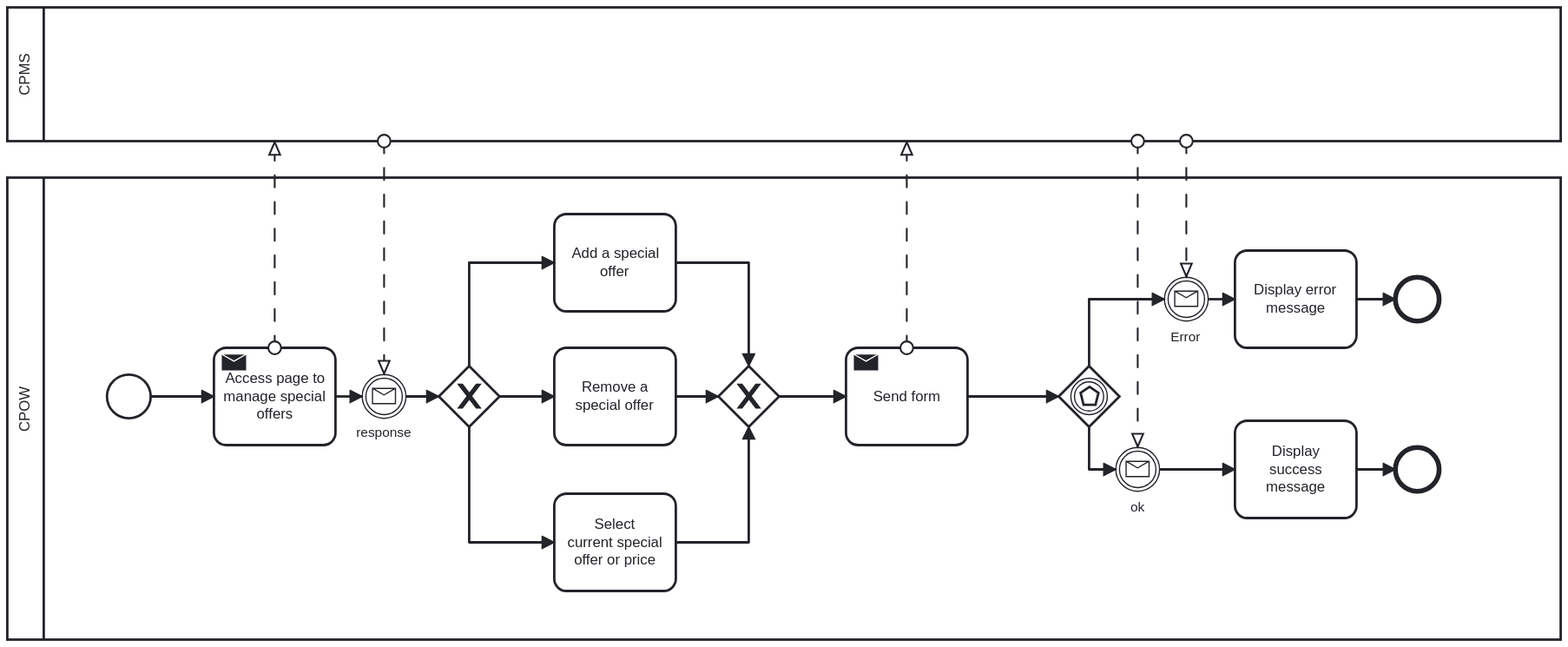
Above: RASD/assets/bpmn/CPOW_sel_offer.svg in MarcelloDeSalvo/DeSalvoDubiniGrossoni (BPMN), before the change. Its source is kept beside it as RASD/assets/bpmn/CPOW_sel_offer.bpmn. Ids are renumbered.
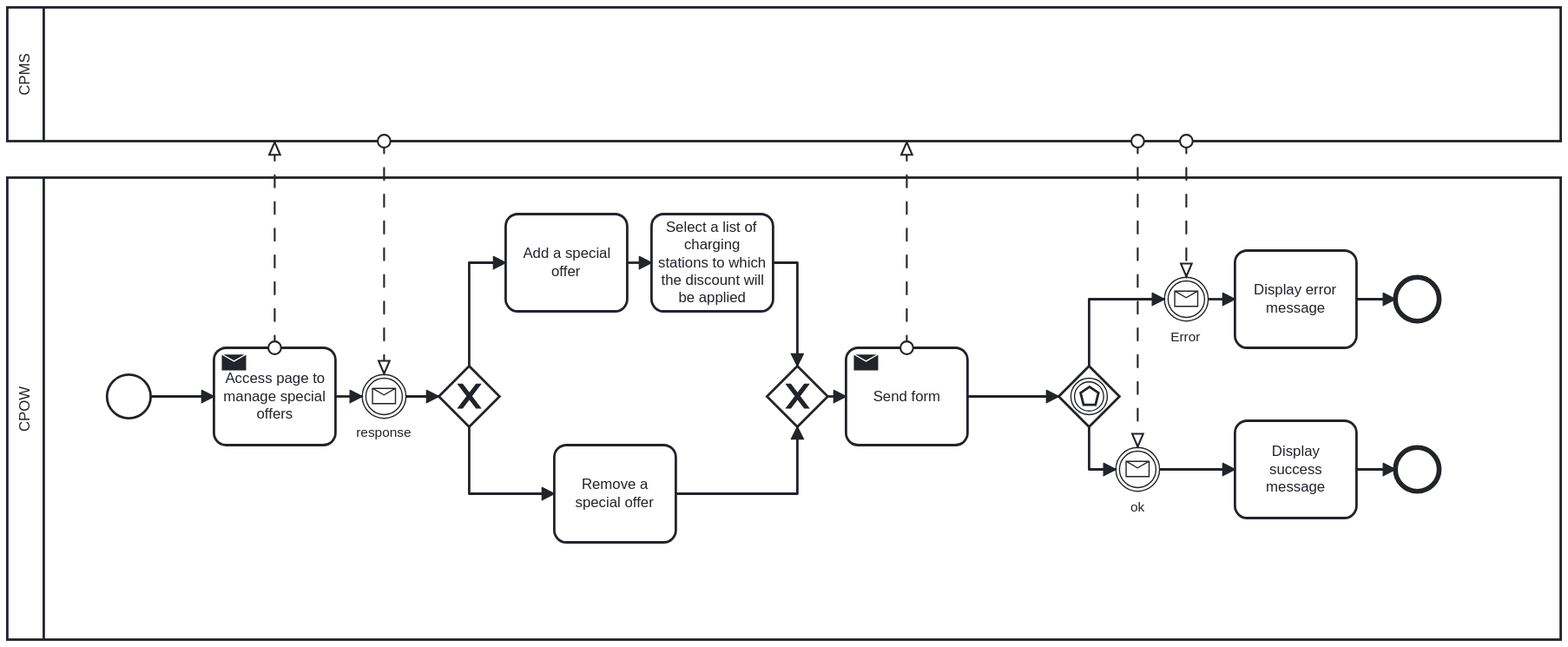
After the change.

What changed in the source:
```diff
@@ -1,4 +1,4 @@
-<bpmn:definitions xmlns:xsi="http://www.w3.org/2001/XMLSchema-instance" xmlns:bpmn="http://www.omg.org/spec/BPMN/20100524/MODEL" xmlns:bpmndi="http://www.omg.org/spec/BPMN/20100524/DI" xmlns:dc="http://www.omg.org/spec/DD/20100524/DC" xmlns:di="http://www.omg.org/spec/DD/20100524/DI" id="Definitions_n1" targetNamespace="http://bpmn.io/schema/bpmn" exporter="bpmn-js (https://demo.bpmn.io)" exporterVersion="11.0.5">
+<bpmn:definitions xmlns:xsi="http://www.w3.org/2001/XMLSchema-instance" xmlns:bpmn="http://www.omg.org/spec/BPMN/20100524/MODEL" xmlns:bpmndi="http://www.omg.org/spec/BPMN/20100524/DI" xmlns:dc="http://www.omg.org/spec/DD/20100524/DC" xmlns:di="http://www.omg.org/spec/DD/20100524/DI" id="Definitions_n1" targetNamespace="http://bpmn.io/schema/bpmn" exporter="bpmn-js (https://demo.bpmn.io)" exporterVersion="11.1.0">
   <bpmn:collaboration id="Collaboration_n2">
     <bpmn:participant id="Participant_n3" name="CPOW" processRef="Process_n4" />
     <bpmn:participant id="Participant_n5" name="CPMS" processRef="Process_n6" />
@@ -63,21 +63,10 @@
       <bpmn:incoming>Flow_n20</bpmn:incoming>
       <bpmn:outgoing>Flow_n37</bpmn:outgoing>
       <bpmn:outgoing>Flow_n38</bpmn:outgoing>
-      <bpmn:outgoing>Flow_n39</bpmn:outgoing>
     </bpmn:exclusiveGateway>
     <bpmn:sequenceFlow id="Flow_n20" sourceRef="Event_n10" targetRef="Gateway_n36" />
     <bpmn:sequenceFlow id="Flow_n37" sourceRef="Gateway_n36" targetRef="Activity_n40" />
     <bpmn:sequenceFlow id="Flow_n38" sourceRef="Gateway_n36" targetRef="Activity_n41" />
-    <bpmn:sequenceFlow id="Flow_n39" sourceRef="Gateway_n36" targetRef="Activity_n42" />
-    <bpmn:sequenceFlow id="Flow_n43" sourceRef="Activity_n40" targetRef="Gateway_n44" />
-    <bpmn:exclusiveGateway id="Gateway_n44">
-      <bpmn:incoming>Flow_n43</bpmn:incoming>
-      <bpmn:incoming>Flow_n45</bpmn:incoming>
-      <bpmn:incoming>Flow_n46</bpmn:incoming>
-      <bpmn:outgoing>Flow_n47</bpmn:outgoing>
-    </bpmn:exclusiveGateway>
-    <bpmn:sequenceFlow id="Flow_n45" sourceRef="Activity_n41" targetRef="Gateway_n44" />
-    <bpmn:sequenceFlow id="Flow_n46" sourceRef="Activity_n42" targetRef="Gateway_n44" />
     <bpmn:sequenceFlow id="Flow_n47" sourceRef="Gateway_n44" targetRef="Activity_n12" />
     <bpmn:sendTask id="Activity_n12" name="Send form">
       <bpmn:incoming>Flow_n47</bpmn:incoming>
@@ -85,15 +74,23 @@
     </bpmn:sendTask>
     <bpmn:task id="Activity_n40" name="Add a special offer">
       <bpmn:incoming>Flow_n37</bpmn:incoming>
-      <bpmn:outgoing>Flow_n43</bpmn:outgoing>
+      <bpmn:outgoing>Flow_n49</bpmn:outgoing>
     </bpmn:task>
     <bpmn:task id="Activity_n41" name="Remove a special offer">
       <bpmn:incoming>Flow_n38</bpmn:incoming>
-      <bpmn:outgoing>Flow_n45</bpmn:outgoing>
+      <bpmn:outgoing>Flow_n50</bpmn:outgoing>
     </bpmn:task>
-    <bpmn:task id="Activity_n42" name="Select&#10;current special offer or price">
-      <bpmn:incoming>Flow_n39</bpmn:incoming>
-      <bpmn:outgoing>Flow_n46</bpmn:outgoing>
+    <bpmn:sequenceFlow id="Flow_n50" sourceRef="Activity_n41" targetRef="Gateway_n44" />
+    <bpmn:sequenceFlow id="Flow_n49" sourceRef="Activity_n40" targetRef="Activity_n51" />
+    <bpmn:exclusiveGateway id="Gateway_n44">
+      <bpmn:incoming>Flow_n50</bpmn:incoming>
+      <bpmn:incoming>Flow_n52</bpmn:incoming>
+      <bpmn:outgoing>Flow_n47</bpmn:outgoing>
+    </bpmn:exclusiveGateway>
+    <bpmn:sequenceFlow id="Flow_n52" sourceRef="Activity_n51" targetRef="Gateway_n44" />
+    <bpmn:task id="Activity_n51" name="Select a list of charging stations to which the discount will be applied">
+      <bpmn:incoming>Flow_n49</bpmn:incoming>
+      <bpmn:outgoing>Flow_n52</bpmn:outgoing>
     </bpmn:task>
   </bpmn:process>
   <bpmn:process id="Process_n6" />
@@ -148,23 +145,23 @@
       <bpmndi:BPMNShape id="Gateway_n36_di" bpmnElement="Gateway_n36" isMarkerVisible="true">
         <dc:Bounds x="515" y="365" width="50" height="50" />
       </bpmndi:BPMNShape>
-      <bpmndi:BPMNShape id="Gateway_n44_di" bpmnElement="Gateway_n44" isMarkerVisible="true">
-        <dc:Bounds x="745" y="365" width="50" height="50" />
-      </bpmndi:BPMNShape>
       <bpmndi:BPMNShape id="Activity_1u9xean_di" bpmnElement="Activity_n12">
         <dc:Bounds x="850" y="350" width="100" height="80" />
         <bpmndi:BPMNLabel />
       </bpmndi:BPMNShape>
       <bpmndi:BPMNShape id="Activity_n40_di" bpmnElement="Activity_n40">
-        <dc:Bounds x="610" y="240" width="100" height="80" />
+        <dc:Bounds x="570" y="240" width="100" height="80" />
         <bpmndi:BPMNLabel />
       </bpmndi:BPMNShape>
       <bpmndi:BPMNShape id="Activity_n41_di" bpmnElement="Activity_n41">
-        <dc:Bounds x="610" y="350" width="100" height="80" />
+        <dc:Bounds x="610" y="430" width="100" height="80" />
         <bpmndi:BPMNLabel />
       </bpmndi:BPMNShape>
-      <bpmndi:BPMNShape id="Activity_n42_di" bpmnElement="Activity_n42">
-        <dc:Bounds x="610" y="470" width="100" height="80" />
+      <bpmndi:BPMNShape id="Gateway_n44_di" bpmnElement="Gateway_n44" isMarkerVisible="true">
+        <dc:Bounds x="785" y="365" width="50" height="50" />
+      </bpmndi:BPMNShape>
+      <bpmndi:BPMNShape id="Activity_n51_di" bpmnElement="Activity_n51">
+        <dc:Bounds x="690" y="240" width="100" height="80" />
         <bpmndi:BPMNLabel />
       </bpmndi:BPMNShape>
       <bpmndi:BPMNEdge id="Flow_n17_di" bpmnElement="Flow_n17">
@@ -212,34 +209,30 @@
       <bpmndi:BPMNEdge id="Flow_n37_di" bpmnElement="Flow_n37">
         <di:waypoint x="540" y="365" />
         <di:waypoint x="540" y="280" />
-        <di:waypoint x="610" y="280" />
+        <di:waypoint x="570" y="280" />
       </bpmndi:BPMNEdge>
       <bpmndi:BPMNEdge id="Flow_n38_di" bpmnElement="Flow_n38">
-        <di:waypoint x="565" y="390" />
-        <di:waypoint x="610" y="390" />
-      </bpmndi:BPMNEdge>
-      <bpmndi:BPMNEdge id="Flow_n39_di" bpmnElement="Flow_n39">
         <di:waypoint x="540" y="415" />
-        <di:waypoint x="540" y="510" />
-        <di:waypoint x="610" y="510" />
-      </bpmndi:BPMNEdge>
-      <bpmndi:BPMNEdge id="Flow_n43_di" bpmnElement="Flow_n43">
-        <di:waypoint x="710" y="280" />
-        <di:waypoint x="770" y="280" />
-        <di:waypoint x="770" y="365" />
-      </bpmndi:BPMNEdge>
-      <bpmndi:BPMNEdge id="Flow_n45_di" bpmnElement="Flow_n45">
-        <di:waypoint x="710" y="390" />
-        <di:waypoint x="745" y="390" />
-      </bpmndi:BPMNEdge>
-      <bpmndi:BPMNEdge id="Flow_n46_di" bpmnElement="Flow_n46">
-        <di:waypoint x="710" y="510" />
-        <di:waypoint x="770" y="510" />
-        <di:waypoint x="770" y="415" />
+        <di:waypoint x="540" y="470" />
+        <di:waypoint x="610" y="470" />
       </bpmndi:BPMNEdge>
       <bpmndi:BPMNEdge id="Flow_n47_di" bpmnElement="Flow_n47">
-        <di:waypoint x="795" y="390" />
+        <di:waypoint x="835" y="390" />
         <di:waypoint x="850" y="390" />
+      </bpmndi:BPMNEdge>
+      <bpmndi:BPMNEdge id="Flow_n50_di" bpmnElement="Flow_n50">
+        <di:waypoint x="710" y="470" />
+        <di:waypoint x="810" y="470" />
+        <di:waypoint x="810" y="415" />
+      </bpmndi:BPMNEdge>
+      <bpmndi:BPMNEdge id="Flow_n49_di" bpmnElement="Flow_n49">
+        <di:waypoint x="670" y="280" />
+        <di:waypoint x="690" y="280" />
+      </bpmndi:BPMNEdge>
+      <bpmndi:BPMNEdge id="Flow_n52_di" bpmnElement="Flow_n52">
+        <di:waypoint x="790" y="280" />
+        <di:waypoint x="810" y="280" />
+        <di:waypoint x="810" y="365" />
       </bpmndi:BPMNEdge>
       <bpmndi:BPMNShape id="BPMNShape_n48" bpmnElement="Participant_n5" isHorizontal="true">
         <dc:Bounds x="160" y="70" width="1278" height="110" />
```
